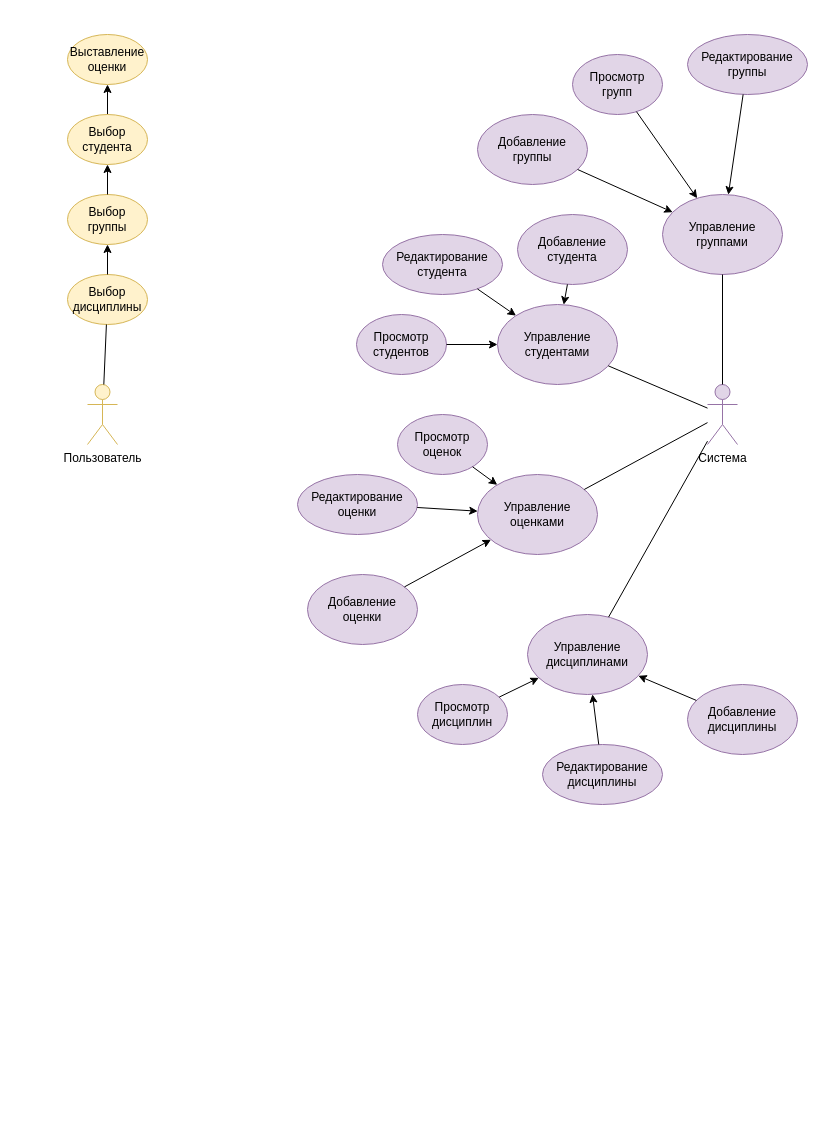
Earlier version of the draw.io diagram UseCase-Diagramm.drawio (PaulMatthewss/PP2). Source tidied: cells renumbered, new cells numbered last; positions are measured from the earlier drawing's top-left corner, leaving out a move shared by most shapes. Both pictures are drawn from the tidied source at 100%, with x=0, y=0 at pixel (67, 34).
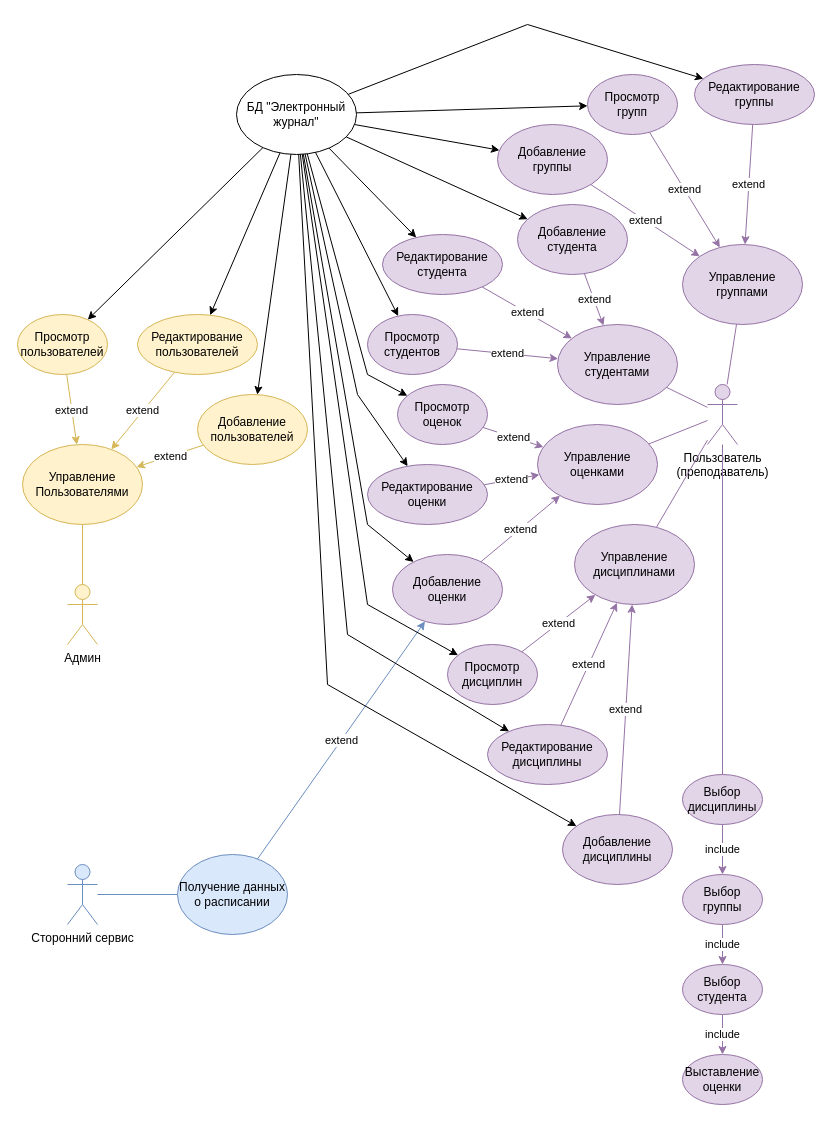
The same diagram, later.

Commit message:
UseCase-Diagramm update

Unchanged cells that the change refers to:
```xml
<mxCell id="27" value="Редактирование студента" style="ellipse;whiteSpace=wrap;html=1;fillColor=#e1d5e7;strokeColor=#9673a6;" parent="1" vertex="1">
  <mxGeometry x="315" y="200" width="120" height="60" as="geometry" />
</mxCell>
```

The edit, as a diff of the source:
```diff
@@
-    <mxCell id="2" value="Пользователь" style="shape=umlActor;verticalLabelPosition=bottom;verticalAlign=top;html=1;outlineConnect=0;align=center;labelBackgroundColor=none;fillColor=#fff2cc;strokeColor=#d6b656;" parent="1" vertex="1">
-      <mxGeometry x="20" y="350" width="30" height="60" as="geometry" />
+    <mxCell id="2" value="Админ" style="shape=umlActor;verticalLabelPosition=bottom;verticalAlign=top;html=1;outlineConnect=0;align=center;labelBackgroundColor=none;fillColor=#fff2cc;strokeColor=#d6b656;" parent="1" vertex="1">
+      <mxGeometry y="550" width="30" height="60" as="geometry" />
     </mxCell>
-    <mxCell id="3" value="Система" style="shape=umlActor;verticalLabelPosition=bottom;verticalAlign=top;html=1;outlineConnect=0;fillColor=#e1d5e7;strokeColor=#9673a6;" parent="1" vertex="1">
+    <mxCell id="3" value="Пользователь&lt;br&gt;(преподаватель)" style="shape=umlActor;verticalLabelPosition=bottom;verticalAlign=top;html=1;outlineConnect=0;fillColor=#e1d5e7;strokeColor=#9673a6;" parent="1" vertex="1">
       <mxGeometry x="640" y="350" width="30" height="60" as="geometry" />
     </mxCell>
-    <mxCell id="4" value="Выбор дисциплины" style="ellipse;whiteSpace=wrap;html=1;labelBackgroundColor=none;fillColor=#fff2cc;strokeColor=#d6b656;" parent="1" vertex="1">
-      <mxGeometry y="240" width="80" height="50" as="geometry" />
-    </mxCell>
-    <mxCell id="5" value="Выбор группы" style="ellipse;whiteSpace=wrap;html=1;labelBackgroundColor=none;fillColor=#fff2cc;strokeColor=#d6b656;" parent="1" vertex="1">
-      <mxGeometry y="160" width="80" height="50" as="geometry" />
-    </mxCell>
-    <mxCell id="6" style="edgeStyle=orthogonalEdgeStyle;rounded=0;jettySize=auto;html=1;" parent="1" edge="1" source="7" target="8">
-      <mxGeometry relative="1" as="geometry" />
-    </mxCell>
-    <mxCell id="7" value="Выбор студента" style="ellipse;whiteSpace=wrap;html=1;labelBackgroundColor=none;fillColor=#fff2cc;strokeColor=#d6b656;" parent="1" vertex="1">
-      <mxGeometry y="80" width="80" height="50" as="geometry" />
-    </mxCell>
-    <mxCell id="8" value="Выставление оценки" style="ellipse;whiteSpace=wrap;html=1;labelBackgroundColor=none;fillColor=#fff2cc;strokeColor=#d6b656;" parent="1" vertex="1">
-      <mxGeometry width="80" height="50" as="geometry" />
-    </mxCell>
-    <mxCell id="9" style="endArrow=none;html=1;rounded=0;" parent="1" edge="1" source="2" target="4">
-      <mxGeometry relative="1" as="geometry" />
-    </mxCell>
-    <mxCell id="10" style="endArrow=classic;html=1;rounded=0;" parent="1" edge="1" source="4" target="5">
-      <mxGeometry relative="1" as="geometry" />
-    </mxCell>
-    <mxCell id="11" style="endArrow=classic;html=1;rounded=0;" parent="1" edge="1" source="5" target="7">
-      <mxGeometry relative="1" as="geometry" />
-    </mxCell>
     <mxCell id="12" value="Управление дисциплинами" style="ellipse;whiteSpace=wrap;html=1;fillColor=#e1d5e7;strokeColor=#9673a6;" parent="1" vertex="1">
-      <mxGeometry x="460" y="580" width="120" height="80" as="geometry" />
+      <mxGeometry x="507" y="490" width="120" height="80" as="geometry" />
     </mxCell>
     <mxCell id="13" value="Управление группами" style="ellipse;whiteSpace=wrap;html=1;fillColor=#e1d5e7;strokeColor=#9673a6;" parent="1" vertex="1">
-      <mxGeometry x="595" y="160" width="120" height="80" as="geometry" />
+      <mxGeometry x="615" y="210" width="120" height="80" as="geometry" />
     </mxCell>
     <mxCell id="14" value="Управление студентами" style="ellipse;whiteSpace=wrap;html=1;fillColor=#e1d5e7;strokeColor=#9673a6;" parent="1" vertex="1">
-      <mxGeometry x="430" y="270" width="120" height="80" as="geometry" />
+      <mxGeometry x="490" y="290" width="120" height="80" as="geometry" />
     </mxCell>
     <mxCell id="15" value="Управление оценками" style="ellipse;whiteSpace=wrap;html=1;fillColor=#e1d5e7;strokeColor=#9673a6;" parent="1" vertex="1">
-      <mxGeometry x="410" y="440" width="120" height="80" as="geometry" />
+      <mxGeometry x="470" y="390" width="120" height="80" as="geometry" />
     </mxCell>
-    <mxCell id="16" style="endArrow=none;html=1;rounded=0;" parent="1" edge="1" source="13" target="3">
+    <mxCell id="16" style="endArrow=none;html=1;rounded=0;fillColor=#e1d5e7;strokeColor=#9673a6;" parent="1" edge="1" source="13" target="3">
       <mxGeometry relative="1" as="geometry" />
     </mxCell>
-    <mxCell id="17" style="endArrow=none;html=1;rounded=0;" parent="1" edge="1" source="14" target="3">
+    <mxCell id="17" style="endArrow=none;html=1;rounded=0;fillColor=#e1d5e7;strokeColor=#9673a6;" parent="1" edge="1" source="14" target="3">
       <mxGeometry relative="1" as="geometry" />
     </mxCell>
-    <mxCell id="18" style="endArrow=none;html=1;rounded=0;" parent="1" edge="1" source="15" target="3">
+    <mxCell id="18" style="endArrow=none;html=1;rounded=0;fillColor=#e1d5e7;strokeColor=#9673a6;" parent="1" edge="1" source="15" target="3">
       <mxGeometry relative="1" as="geometry" />
     </mxCell>
-    <mxCell id="19" style="endArrow=none;html=1;rounded=0;" parent="1" edge="1" source="12" target="3">
+    <mxCell id="19" style="endArrow=none;html=1;rounded=0;fillColor=#e1d5e7;strokeColor=#9673a6;" parent="1" edge="1" source="12" target="3">
       <mxGeometry relative="1" as="geometry" />
     </mxCell>
     <mxCell id="20" value="Добавление&lt;br&gt;дисциплины" style="ellipse;whiteSpace=wrap;html=1;fillColor=#e1d5e7;strokeColor=#9673a6;" parent="1" vertex="1">
-      <mxGeometry x="620" y="650" width="110" height="70" as="geometry" />
+      <mxGeometry x="495" y="780" width="110" height="70" as="geometry" />
     </mxCell>
     <mxCell id="21" value="Редактирование&lt;br&gt;дисциплины" style="ellipse;whiteSpace=wrap;html=1;fillColor=#e1d5e7;strokeColor=#9673a6;" parent="1" vertex="1">
-      <mxGeometry x="475" y="710" width="120" height="60" as="geometry" />
+      <mxGeometry x="420" y="690" width="120" height="60" as="geometry" />
     </mxCell>
     <mxCell id="22" value="Просмотр&lt;br&gt;дисциплин" style="ellipse;whiteSpace=wrap;html=1;fillColor=#e1d5e7;strokeColor=#9673a6;" parent="1" vertex="1">
-      <mxGeometry x="350" y="650" width="90" height="60" as="geometry" />
+      <mxGeometry x="380" y="610" width="90" height="60" as="geometry" />
     </mxCell>
     <mxCell id="23" value="Добавление оценки" style="ellipse;whiteSpace=wrap;html=1;fillColor=#e1d5e7;strokeColor=#9673a6;" parent="1" vertex="1">
-      <mxGeometry x="240" y="540" width="110" height="70" as="geometry" />
+      <mxGeometry x="325" y="520" width="110" height="70" as="geometry" />
     </mxCell>
     <mxCell id="24" value="Редактирование оценки" style="ellipse;whiteSpace=wrap;html=1;fillColor=#e1d5e7;strokeColor=#9673a6;" parent="1" vertex="1">
-      <mxGeometry x="230" y="440" width="120" height="60" as="geometry" />
+      <mxGeometry x="300" y="430" width="120" height="60" as="geometry" />
     </mxCell>
     <mxCell id="25" value="Просмотр оценок" style="ellipse;whiteSpace=wrap;html=1;fillColor=#e1d5e7;strokeColor=#9673a6;" parent="1" vertex="1">
-      <mxGeometry x="330" y="380" width="90" height="60" as="geometry" />
+      <mxGeometry x="330" y="350" width="90" height="60" as="geometry" />
     </mxCell>
     <mxCell id="26" value="Добавление студента" style="ellipse;whiteSpace=wrap;html=1;fillColor=#e1d5e7;strokeColor=#9673a6;" parent="1" vertex="1">
-      <mxGeometry x="450" y="180" width="110" height="70" as="geometry" />
+      <mxGeometry x="450" y="170" width="110" height="70" as="geometry" />
     </mxCell>
@@
     <mxCell id="28" value="Просмотр студентов" style="ellipse;whiteSpace=wrap;html=1;fillColor=#e1d5e7;strokeColor=#9673a6;" parent="1" vertex="1">
-      <mxGeometry x="289" y="280" width="90" height="60" as="geometry" />
+      <mxGeometry x="300" y="280" width="90" height="60" as="geometry" />
     </mxCell>
     <mxCell id="29" value="Добавление группы" style="ellipse;whiteSpace=wrap;html=1;fillColor=#e1d5e7;strokeColor=#9673a6;" parent="1" vertex="1">
-      <mxGeometry x="410" y="80" width="110" height="70" as="geometry" />
+      <mxGeometry x="430" y="90" width="110" height="70" as="geometry" />
     </mxCell>
     <mxCell id="30" value="Редактирование группы" style="ellipse;whiteSpace=wrap;html=1;fillColor=#e1d5e7;strokeColor=#9673a6;" parent="1" vertex="1">
-      <mxGeometry x="620" width="120" height="60" as="geometry" />
+      <mxGeometry x="627" y="30" width="120" height="60" as="geometry" />
     </mxCell>
     <mxCell id="31" value="Просмотр групп" style="ellipse;whiteSpace=wrap;html=1;fillColor=#e1d5e7;strokeColor=#9673a6;" parent="1" vertex="1">
-      <mxGeometry x="505" y="20" width="90" height="60" as="geometry" />
+      <mxGeometry x="520" y="40" width="90" height="60" as="geometry" />
     </mxCell>
-    <mxCell id="32" style="endArrow=classic;html=1;rounded=0;" parent="1" edge="1" source="20" target="12">
+    <mxCell id="32" value="extend" style="endArrow=classic;html=1;rounded=0;fillColor=#e1d5e7;strokeColor=#9673a6;" parent="1" edge="1" source="20" target="12">
       <mxGeometry relative="1" as="geometry" />
     </mxCell>
-    <mxCell id="33" style="endArrow=classic;html=1;rounded=0;" parent="1" edge="1" source="21" target="12">
+    <mxCell id="33" value="extend" style="endArrow=classic;html=1;rounded=0;fillColor=#e1d5e7;strokeColor=#9673a6;" parent="1" edge="1" source="21" target="12">
       <mxGeometry relative="1" as="geometry" />
     </mxCell>
-    <mxCell id="34" style="endArrow=classic;html=1;rounded=0;" parent="1" edge="1" source="22" target="12">
+    <mxCell id="34" value="extend" style="endArrow=classic;html=1;rounded=0;fillColor=#e1d5e7;strokeColor=#9673a6;" parent="1" edge="1" source="22" target="12">
       <mxGeometry relative="1" as="geometry" />
     </mxCell>
-    <mxCell id="35" style="endArrow=classic;html=1;rounded=0;" parent="1" edge="1" source="23" target="15">
+    <mxCell id="35" value="extend" style="endArrow=classic;html=1;rounded=0;fillColor=#e1d5e7;strokeColor=#9673a6;" parent="1" edge="1" source="23" target="15">
       <mxGeometry relative="1" as="geometry" />
     </mxCell>
-    <mxCell id="36" style="endArrow=classic;html=1;rounded=0;" parent="1" edge="1" source="24" target="15">
+    <mxCell id="36" value="extend" style="endArrow=classic;html=1;rounded=0;fillColor=#e1d5e7;strokeColor=#9673a6;" parent="1" edge="1" source="24" target="15">
       <mxGeometry relative="1" as="geometry" />
     </mxCell>
-    <mxCell id="37" style="endArrow=classic;html=1;rounded=0;" parent="1" edge="1" source="25" target="15">
+    <mxCell id="37" value="extend" style="endArrow=classic;html=1;rounded=0;fillColor=#e1d5e7;strokeColor=#9673a6;" parent="1" edge="1" source="25" target="15">
       <mxGeometry relative="1" as="geometry" />
     </mxCell>
-    <mxCell id="38" style="endArrow=classic;html=1;rounded=0;" parent="1" edge="1" source="28" target="14">
+    <mxCell id="38" value="extend" style="endArrow=classic;html=1;rounded=0;fillColor=#e1d5e7;strokeColor=#9673a6;" parent="1" edge="1" source="28" target="14">
       <mxGeometry relative="1" as="geometry" />
     </mxCell>
-    <mxCell id="39" style="endArrow=classic;html=1;rounded=0;" parent="1" edge="1" source="27" target="14">
+    <mxCell id="39" value="extend" style="endArrow=classic;html=1;rounded=0;fillColor=#e1d5e7;strokeColor=#9673a6;" parent="1" edge="1" source="27" target="14">
       <mxGeometry relative="1" as="geometry" />
     </mxCell>
-    <mxCell id="40" style="endArrow=classic;html=1;rounded=0;" parent="1" edge="1" source="26" target="14">
+    <mxCell id="40" value="extend" style="endArrow=classic;html=1;rounded=0;fillColor=#e1d5e7;strokeColor=#9673a6;" parent="1" edge="1" source="26" target="14">
       <mxGeometry relative="1" as="geometry" />
     </mxCell>
-    <mxCell id="41" style="endArrow=classic;html=1;rounded=0;" parent="1" edge="1" source="29" target="13">
+    <mxCell id="41" value="extend" style="endArrow=classic;html=1;rounded=0;fillColor=#e1d5e7;strokeColor=#9673a6;" parent="1" edge="1" source="29" target="13">
       <mxGeometry relative="1" as="geometry" />
     </mxCell>
-    <mxCell id="42" style="endArrow=classic;html=1;rounded=0;" parent="1" edge="1" source="31" target="13">
+    <mxCell id="42" value="extend" style="endArrow=classic;html=1;rounded=0;fillColor=#e1d5e7;strokeColor=#9673a6;" parent="1" edge="1" source="31" target="13">
       <mxGeometry relative="1" as="geometry" />
     </mxCell>
-    <mxCell id="43" style="endArrow=classic;html=1;rounded=0;" parent="1" edge="1" source="30" target="13">
+    <mxCell id="43" value="extend" style="endArrow=classic;html=1;rounded=0;fillColor=#e1d5e7;strokeColor=#9673a6;" parent="1" edge="1" source="30" target="13">
       <mxGeometry relative="1" as="geometry" />
     </mxCell>
+    <mxCell id="4" value="Выбор дисциплины" style="ellipse;whiteSpace=wrap;html=1;labelBackgroundColor=none;fillColor=#e1d5e7;strokeColor=#9673a6;" parent="1" vertex="1">
+      <mxGeometry x="615" y="740" width="80" height="50" as="geometry" />
+    </mxCell>
+    <mxCell id="5" value="Выбор группы" style="ellipse;whiteSpace=wrap;html=1;labelBackgroundColor=none;fillColor=#e1d5e7;strokeColor=#9673a6;" parent="1" vertex="1">
+      <mxGeometry x="615" y="840" width="80" height="50" as="geometry" />
+    </mxCell>
+    <mxCell id="6" value="include" style="edgeStyle=orthogonalEdgeStyle;rounded=0;jettySize=auto;html=1;fillColor=#e1d5e7;strokeColor=#9673a6;" parent="1" edge="1" source="7" target="8">
+      <mxGeometry relative="1" as="geometry" />
+    </mxCell>
+    <mxCell id="7" value="Выбор студента" style="ellipse;whiteSpace=wrap;html=1;labelBackgroundColor=none;fillColor=#e1d5e7;strokeColor=#9673a6;" parent="1" vertex="1">
+      <mxGeometry x="615" y="930" width="80" height="50" as="geometry" />
+    </mxCell>
+    <mxCell id="8" value="Выставление оценки" style="ellipse;whiteSpace=wrap;html=1;labelBackgroundColor=none;fillColor=#e1d5e7;strokeColor=#9673a6;" parent="1" vertex="1">
+      <mxGeometry x="615" y="1020" width="80" height="50" as="geometry" />
+    </mxCell>
+    <mxCell id="10" value="include" style="endArrow=classic;html=1;rounded=0;fillColor=#e1d5e7;strokeColor=#9673a6;" parent="1" edge="1" source="4" target="5">
+      <mxGeometry relative="1" as="geometry" />
+    </mxCell>
+    <mxCell id="11" value="include" style="endArrow=classic;html=1;rounded=0;fillColor=#e1d5e7;strokeColor=#9673a6;" parent="1" edge="1" source="5" target="7">
+      <mxGeometry relative="1" as="geometry" />
+    </mxCell>
+    <mxCell id="44" value="Управление Пользователями" style="ellipse;whiteSpace=wrap;html=1;fillColor=#fff2cc;strokeColor=#d6b656;" parent="1" vertex="1">
+      <mxGeometry x="-45" y="410" width="120" height="80" as="geometry" />
+    </mxCell>
+    <mxCell id="45" value="Добавление пользователей" style="ellipse;whiteSpace=wrap;html=1;fillColor=#fff2cc;strokeColor=#d6b656;" parent="1" vertex="1">
+      <mxGeometry x="130" y="360" width="110" height="70" as="geometry" />
+    </mxCell>
+    <mxCell id="46" value="Редактирование пользователей" style="ellipse;whiteSpace=wrap;html=1;fillColor=#fff2cc;strokeColor=#d6b656;" parent="1" vertex="1">
+      <mxGeometry x="70" y="280" width="120" height="60" as="geometry" />
+    </mxCell>
+    <mxCell id="47" value="Просмотр пользователей" style="ellipse;whiteSpace=wrap;html=1;fillColor=#fff2cc;strokeColor=#d6b656;" parent="1" vertex="1">
+      <mxGeometry x="-50" y="280" width="90" height="60" as="geometry" />
+    </mxCell>
+    <mxCell id="48" value="extend" style="endArrow=classic;html=1;rounded=0;fillColor=#fff2cc;strokeColor=#d6b656;" parent="1" edge="1" source="47" target="44">
+      <mxGeometry relative="1" as="geometry" />
+    </mxCell>
+    <mxCell id="49" value="extend" style="endArrow=classic;html=1;rounded=0;fillColor=#fff2cc;strokeColor=#d6b656;" parent="1" edge="1" source="46" target="44">
+      <mxGeometry relative="1" as="geometry" />
+    </mxCell>
+    <mxCell id="50" value="extend" style="endArrow=classic;html=1;rounded=0;fillColor=#fff2cc;strokeColor=#d6b656;" parent="1" edge="1" source="45" target="44">
+      <mxGeometry relative="1" as="geometry" />
+    </mxCell>
+    <mxCell id="51" value="Сторонний сервис" style="shape=umlActor;verticalLabelPosition=bottom;verticalAlign=top;html=1;outlineConnect=0;fillColor=#dae8fc;strokeColor=#6c8ebf;" parent="1" vertex="1">
+      <mxGeometry y="830" width="30" height="60" as="geometry" />
+    </mxCell>
+    <mxCell id="52" value="Получение данных о расписании" style="ellipse;whiteSpace=wrap;html=1;fillColor=#dae8fc;strokeColor=#6c8ebf;" parent="1" vertex="1">
+      <mxGeometry x="110" y="820" width="110" height="80" as="geometry" />
+    </mxCell>
+    <mxCell id="53" style="endArrow=none;html=1;rounded=0;fillColor=#fff2cc;strokeColor=#d6b656;" parent="1" edge="1" source="2" target="44">
+      <mxGeometry relative="1" as="geometry" />
+    </mxCell>
+    <mxCell id="54" style="endArrow=none;html=1;rounded=0;fillColor=#e1d5e7;strokeColor=#9673a6;" parent="1" edge="1" source="4" target="3">
+      <mxGeometry relative="1" as="geometry" />
+    </mxCell>
+    <mxCell id="55" style="endArrow=none;html=1;rounded=0;fillColor=#dae8fc;strokeColor=#6c8ebf;" parent="1" edge="1" source="52" target="51">
+      <mxGeometry relative="1" as="geometry" />
+    </mxCell>
+    <mxCell id="56" value="extend" style="endArrow=classic;html=1;rounded=0;fillColor=#dae8fc;strokeColor=#6c8ebf;" parent="1" edge="1" source="52" target="23">
+      <mxGeometry relative="1" as="geometry" />
+    </mxCell>
+    <mxCell id="57" value="БД &quot;Электронный журнал&quot;" style="ellipse;whiteSpace=wrap;html=1;" parent="1" vertex="1">
+      <mxGeometry x="169" y="40" width="120" height="80" as="geometry" />
+    </mxCell>
+    <mxCell id="58" style="endArrow=classic;html=1;rounded=0;" parent="1" edge="1" source="57" target="47">
+      <mxGeometry relative="1" as="geometry" />
+    </mxCell>
+    <mxCell id="59" style="endArrow=classic;html=1;rounded=0;" parent="1" edge="1" source="57" target="46">
+      <mxGeometry relative="1" as="geometry" />
+    </mxCell>
+    <mxCell id="60" style="endArrow=classic;html=1;rounded=0;" parent="1" edge="1" source="57" target="45">
+      <mxGeometry relative="1" as="geometry" />
+    </mxCell>
+    <mxCell id="61" style="endArrow=classic;html=1;rounded=0;" parent="1" edge="1" source="57" target="30">
+      <mxGeometry relative="1" as="geometry">
+        <Array as="points">
+          <mxPoint x="460" y="-10" />
+        </Array>
+      </mxGeometry>
+    </mxCell>
+    <mxCell id="62" style="endArrow=classic;html=1;rounded=0;" parent="1" edge="1" source="57" target="31">
+      <mxGeometry relative="1" as="geometry" />
+    </mxCell>
+    <mxCell id="63" style="endArrow=classic;html=1;rounded=0;" parent="1" edge="1" source="57" target="29">
+      <mxGeometry relative="1" as="geometry" />
+    </mxCell>
+    <mxCell id="64" style="endArrow=classic;html=1;rounded=0;" parent="1" edge="1" source="57" target="26">
+      <mxGeometry relative="1" as="geometry" />
+    </mxCell>
+    <mxCell id="65" style="endArrow=classic;html=1;rounded=0;" parent="1" edge="1" source="57" target="27">
+      <mxGeometry relative="1" as="geometry" />
+    </mxCell>
+    <mxCell id="66" style="endArrow=classic;html=1;rounded=0;" parent="1" edge="1" source="57" target="28">
+      <mxGeometry relative="1" as="geometry" />
+    </mxCell>
+    <mxCell id="67" style="endArrow=classic;html=1;rounded=0;" parent="1" edge="1" source="57" target="25">
+      <mxGeometry relative="1" as="geometry">
+        <Array as="points">
+          <mxPoint x="300" y="340" />
+        </Array>
+      </mxGeometry>
+    </mxCell>
+    <mxCell id="68" style="endArrow=classic;html=1;rounded=0;" parent="1" edge="1" source="57" target="24">
+      <mxGeometry relative="1" as="geometry">
+        <Array as="points">
+          <mxPoint x="290" y="360" />
+        </Array>
+      </mxGeometry>
+    </mxCell>
+    <mxCell id="69" style="endArrow=classic;html=1;rounded=0;" parent="1" edge="1" source="57" target="23">
+      <mxGeometry relative="1" as="geometry">
+        <Array as="points">
+          <mxPoint x="300" y="490" />
+        </Array>
+      </mxGeometry>
+    </mxCell>
+    <mxCell id="70" style="endArrow=classic;html=1;rounded=0;" parent="1" edge="1" source="57" target="22">
+      <mxGeometry relative="1" as="geometry">
+        <Array as="points">
+          <mxPoint x="300" y="570" />
+        </Array>
+      </mxGeometry>
+    </mxCell>
+    <mxCell id="71" style="endArrow=classic;html=1;rounded=0;" parent="1" edge="1" source="57" target="21">
+      <mxGeometry relative="1" as="geometry">
+        <Array as="points">
+          <mxPoint x="280" y="600" />
+        </Array>
+      </mxGeometry>
+    </mxCell>
+    <mxCell id="72" style="endArrow=classic;html=1;rounded=0;" parent="1" edge="1" source="57" target="20">
+      <mxGeometry relative="1" as="geometry">
+        <Array as="points">
+          <mxPoint x="260" y="650" />
+        </Array>
+      </mxGeometry>
+    </mxCell>
```
